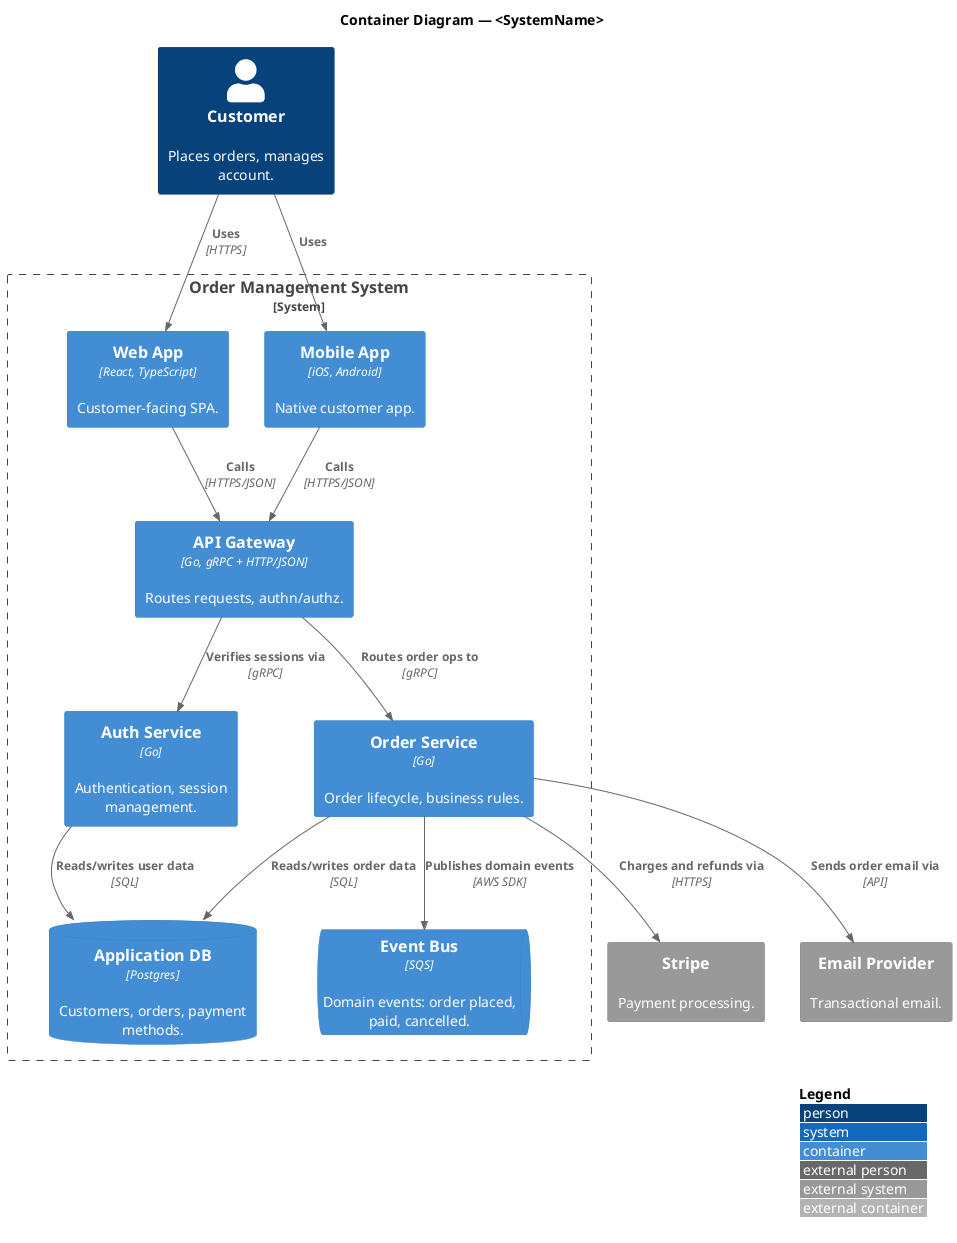
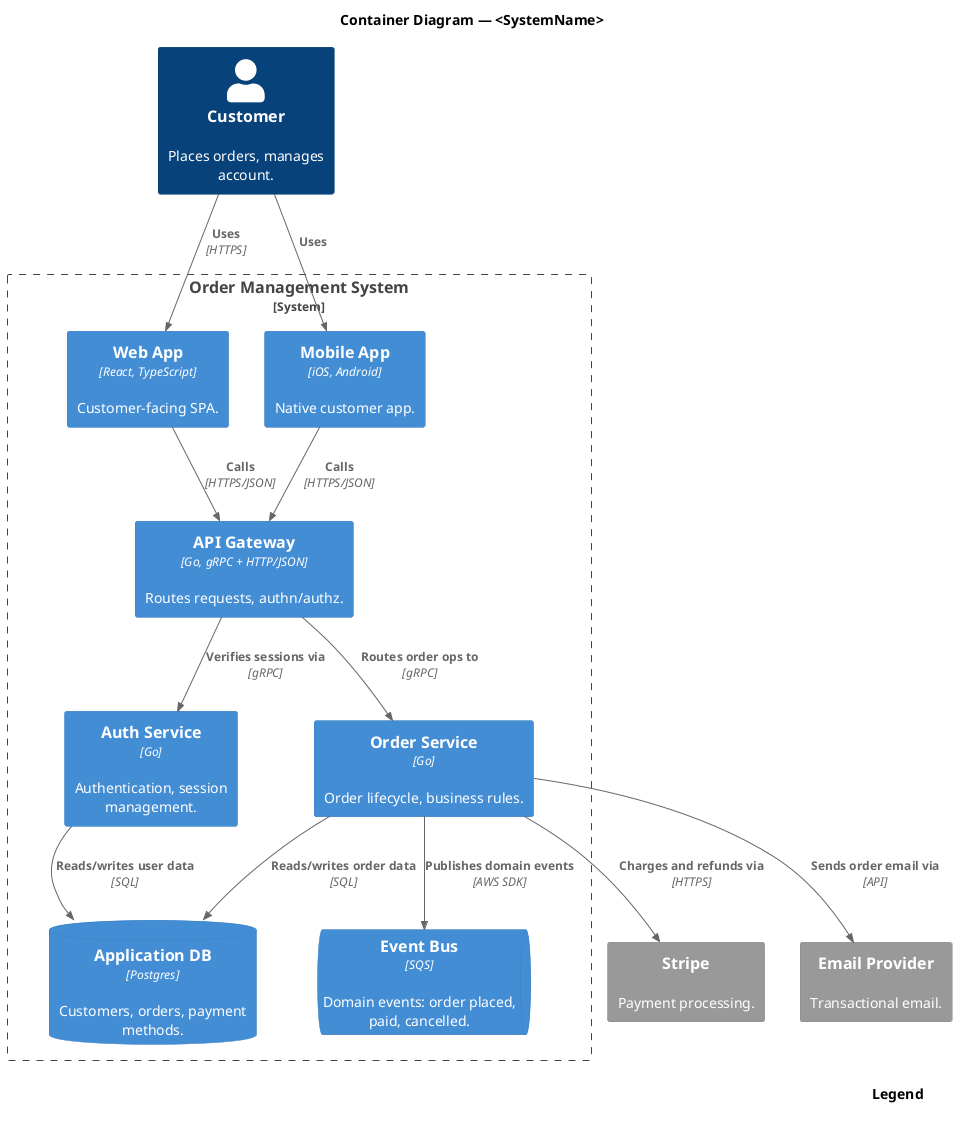
' C4 Container diagram skeleton.
' Shows: the apps/services/datastores inside the system, plus external touchpoints.
' Does NOT show internals of any container — that's the Component level.
'
' Stdlib include. Fallback for older PlantUML builds:
'   !include https://raw.githubusercontent.com/plantuml-stdlib/C4-PlantUML/master/C4_Container.puml

@startuml c4-container
!include <C4/C4_Container>

- ' Optional layout / legend:
+ ' Optional modernized style (C4-PlantUML v2.13.0+).
+ ' !ROUNDED_STYLE=1
+ ' !NEW_C4_STYLE=1
+ 
+ ' Optional: switch direction.
' LAYOUT_LEFT_RIGHT()
- LAYOUT_WITH_LEGEND()
+ ' LAYOUT_LANDSCAPE()    ' add !NO_LAY_ROTATE=1 if Lay_*() hints stop working
+ 
+ SHOW_LEGEND()

title Container Diagram — <SystemName>

Person(customer, "Customer", "Places orders, manages account.")

System_Boundary(system, "Order Management System") {
    Container(web, "Web App", "React, TypeScript", "Customer-facing SPA.")
    Container(mobile, "Mobile App", "iOS, Android", "Native customer app.")
    Container(api, "API Gateway", "Go, gRPC + HTTP/JSON", "Routes requests, authn/authz.")
    Container(auth, "Auth Service", "Go", "Authentication, session management.")
    Container(orders, "Order Service", "Go", "Order lifecycle, business rules.")
    ContainerDb(db, "Application DB", "Postgres", "Customers, orders, payment methods.")
    ContainerQueue(bus, "Event Bus", "SQS", "Domain events: order placed, paid, cancelled.")
}

System_Ext(stripe, "Stripe", "Payment processing.")
System_Ext(email, "Email Provider", "Transactional email.")

Rel(customer, web, "Uses", "HTTPS")
Rel(customer, mobile, "Uses")
Rel(web, api, "Calls", "HTTPS/JSON")
Rel(mobile, api, "Calls", "HTTPS/JSON")
Rel(api, auth, "Verifies sessions via", "gRPC")
Rel(api, orders, "Routes order ops to", "gRPC")
Rel(auth, db, "Reads/writes user data", "SQL")
Rel(orders, db, "Reads/writes order data", "SQL")
Rel(orders, bus, "Publishes domain events", "AWS SDK")
Rel(orders, stripe, "Charges and refunds via", "HTTPS")
Rel(orders, email, "Sends order email via", "API")

@enduml
